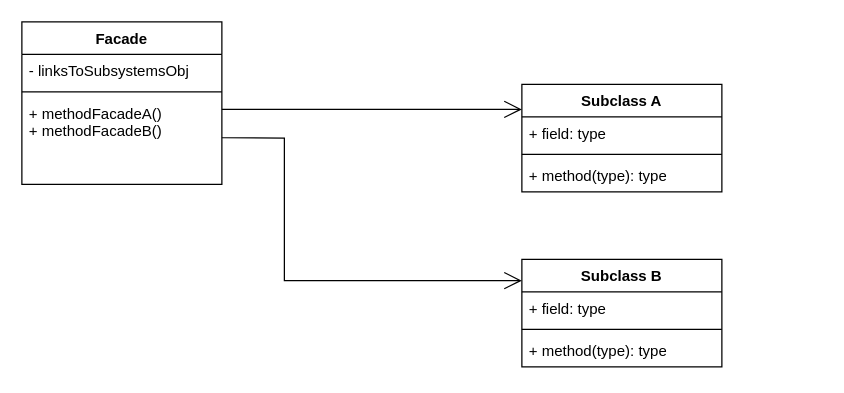
Above: engenharia_de_software_III/diagrams/Facade_diagram.drawio in ogustavoalves/bertoti (draw.io), before the change. Source tidied: cells renumbered, new cells numbered last; positions are measured from the earlier drawing's top-left corner, leaving out a move shared by most shapes. Both pictures are drawn from the tidied source at 125%, with x=0, y=0 at pixel (21, 21).
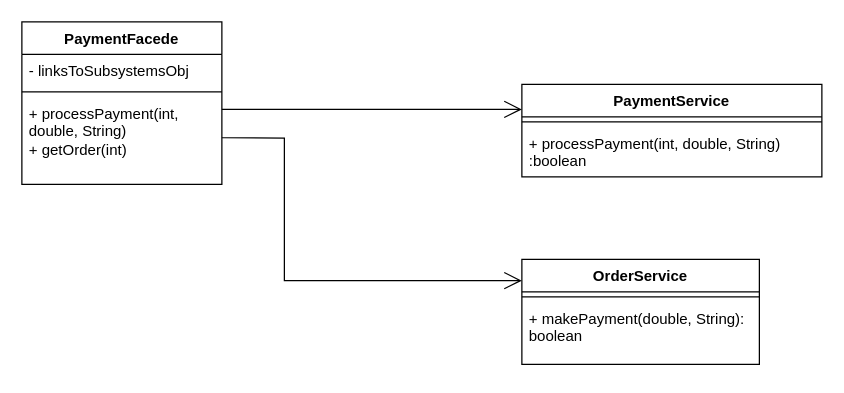
The same page after the edit.

The edit, as a diff of the source:
```diff
@@
 <mxGraphModel>
   <root>
     <mxCell id="0" />
     <mxCell id="1" parent="0" />
-    <mxCell id="2" value="Facade" style="swimlane;fontStyle=1;align=center;verticalAlign=top;horizontal=1;startSize=26;whiteSpace=wrap;html=1;" parent="1" vertex="1">
+    <mxCell id="2" value="PaymentFacede" style="swimlane;fontStyle=1;align=center;verticalAlign=top;horizontal=1;startSize=26;whiteSpace=wrap;html=1;" parent="1" vertex="1">
       <mxGeometry width="160" height="130" as="geometry" />
     </mxCell>
     <mxCell id="3" value="- linksToSubsystemsObj" style="text;strokeColor=none;fillColor=none;align=left;verticalAlign=top;spacingLeft=4;spacingRight=4;overflow=hidden;whiteSpace=wrap;html=1;" parent="2" vertex="1">
       <mxGeometry y="26" width="160" height="26" as="geometry" />
     </mxCell>
     <mxCell id="4" style="line;strokeWidth=1;fillColor=none;align=left;verticalAlign=middle;spacingTop=-1;spacingLeft=3;spacingRight=3;labelPosition=right;strokeColor=inherit;" parent="2" vertex="1">
       <mxGeometry y="52" width="160" height="8" as="geometry" />
     </mxCell>
-    <mxCell id="5" value="+ methodFacadeA()&lt;div&gt;+ methodFacadeB()&lt;/div&gt;" style="text;strokeColor=none;fillColor=none;align=left;verticalAlign=top;spacingLeft=4;spacingRight=4;overflow=hidden;whiteSpace=wrap;html=1;" parent="2" vertex="1">
+    <mxCell id="5" value="+ processPayment(int, double, String)&lt;div&gt;+ getOrder(int)&lt;/div&gt;" style="text;strokeColor=none;fillColor=none;align=left;verticalAlign=top;spacingLeft=4;spacingRight=4;overflow=hidden;whiteSpace=wrap;html=1;" parent="2" vertex="1">
       <mxGeometry y="60" width="160" height="70" as="geometry" />
     </mxCell>
-    <mxCell id="6" value="Subclass A" style="swimlane;fontStyle=1;align=center;verticalAlign=top;horizontal=1;startSize=26;whiteSpace=wrap;html=1;" parent="1" vertex="1">
-      <mxGeometry x="400" y="50" width="160" height="86" as="geometry" />
+    <mxCell id="6" value="PaymentService" style="swimlane;fontStyle=1;align=center;verticalAlign=top;horizontal=1;startSize=26;whiteSpace=wrap;html=1;" parent="1" vertex="1">
+      <mxGeometry x="400" y="50" width="240" height="74" as="geometry" />
     </mxCell>
-    <mxCell id="7" value="+ field: type" style="text;strokeColor=none;fillColor=none;align=left;verticalAlign=top;spacingLeft=4;spacingRight=4;overflow=hidden;whiteSpace=wrap;html=1;" parent="6" vertex="1">
-      <mxGeometry y="26" width="160" height="26" as="geometry" />
-    </mxCell>
     <mxCell id="8" style="line;strokeWidth=1;fillColor=none;align=left;verticalAlign=middle;spacingTop=-1;spacingLeft=3;spacingRight=3;labelPosition=right;strokeColor=inherit;" parent="6" vertex="1">
-      <mxGeometry y="52" width="160" height="8" as="geometry" />
+      <mxGeometry y="26" width="240" height="8" as="geometry" />
     </mxCell>
-    <mxCell id="9" value="+ method(type): type" style="text;strokeColor=none;fillColor=none;align=left;verticalAlign=top;spacingLeft=4;spacingRight=4;overflow=hidden;whiteSpace=wrap;html=1;" parent="6" vertex="1">
-      <mxGeometry y="60" width="160" height="26" as="geometry" />
+    <mxCell id="9" value="+ processPayment(int, double, String) :boolean" style="text;strokeColor=none;fillColor=none;align=left;verticalAlign=top;spacingLeft=4;spacingRight=4;overflow=hidden;whiteSpace=wrap;html=1;" parent="6" vertex="1">
+      <mxGeometry y="34" width="240" height="40" as="geometry" />
     </mxCell>
-    <mxCell id="10" value="Subclass B" style="swimlane;fontStyle=1;align=center;verticalAlign=top;horizontal=1;startSize=26;whiteSpace=wrap;html=1;" parent="1" vertex="1">
-      <mxGeometry x="400" y="190" width="160" height="86" as="geometry" />
+    <mxCell id="10" value="OrderService" style="swimlane;fontStyle=1;align=center;verticalAlign=top;horizontal=1;startSize=26;whiteSpace=wrap;html=1;" parent="1" vertex="1">
+      <mxGeometry x="400" y="190" width="190" height="84" as="geometry" />
     </mxCell>
-    <mxCell id="11" value="+ field: type" style="text;strokeColor=none;fillColor=none;align=left;verticalAlign=top;spacingLeft=4;spacingRight=4;overflow=hidden;whiteSpace=wrap;html=1;" parent="10" vertex="1">
-      <mxGeometry y="26" width="160" height="26" as="geometry" />
-    </mxCell>
     <mxCell id="12" style="line;strokeWidth=1;fillColor=none;align=left;verticalAlign=middle;spacingTop=-1;spacingLeft=3;spacingRight=3;labelPosition=right;strokeColor=inherit;" parent="10" vertex="1">
-      <mxGeometry y="52" width="160" height="8" as="geometry" />
+      <mxGeometry y="26" width="190" height="8" as="geometry" />
     </mxCell>
-    <mxCell id="13" value="+ method(type): type" style="text;strokeColor=none;fillColor=none;align=left;verticalAlign=top;spacingLeft=4;spacingRight=4;overflow=hidden;whiteSpace=wrap;html=1;" parent="10" vertex="1">
-      <mxGeometry y="60" width="160" height="26" as="geometry" />
+    <mxCell id="13" value="+ makePayment(double, String): boolean" style="text;strokeColor=none;fillColor=none;align=left;verticalAlign=top;spacingLeft=4;spacingRight=4;overflow=hidden;whiteSpace=wrap;html=1;" parent="10" vertex="1">
+      <mxGeometry y="34" width="190" height="50" as="geometry" />
     </mxCell>
     <mxCell id="14" style="endArrow=open;endFill=1;endSize=12;html=1;rounded=0;" parent="1" edge="1">
       <mxGeometry relative="1" as="geometry">
         <mxPoint x="160" y="70" as="sourcePoint" />
         <mxPoint x="400" y="70" as="targetPoint" />
       </mxGeometry>
     </mxCell>
     <mxCell id="15" style="endArrow=open;endFill=1;endSize=12;html=1;rounded=0;" parent="1" edge="1">
       <mxGeometry relative="1" as="geometry">
         <mxPoint x="160" y="92.7" as="sourcePoint" />
         <mxPoint x="400" y="207" as="targetPoint" />
         <Array as="points">
           <mxPoint x="210" y="93" />
           <mxPoint x="210" y="207" />
         </Array>
       </mxGeometry>
     </mxCell>
   </root>
 </mxGraphModel>
```
